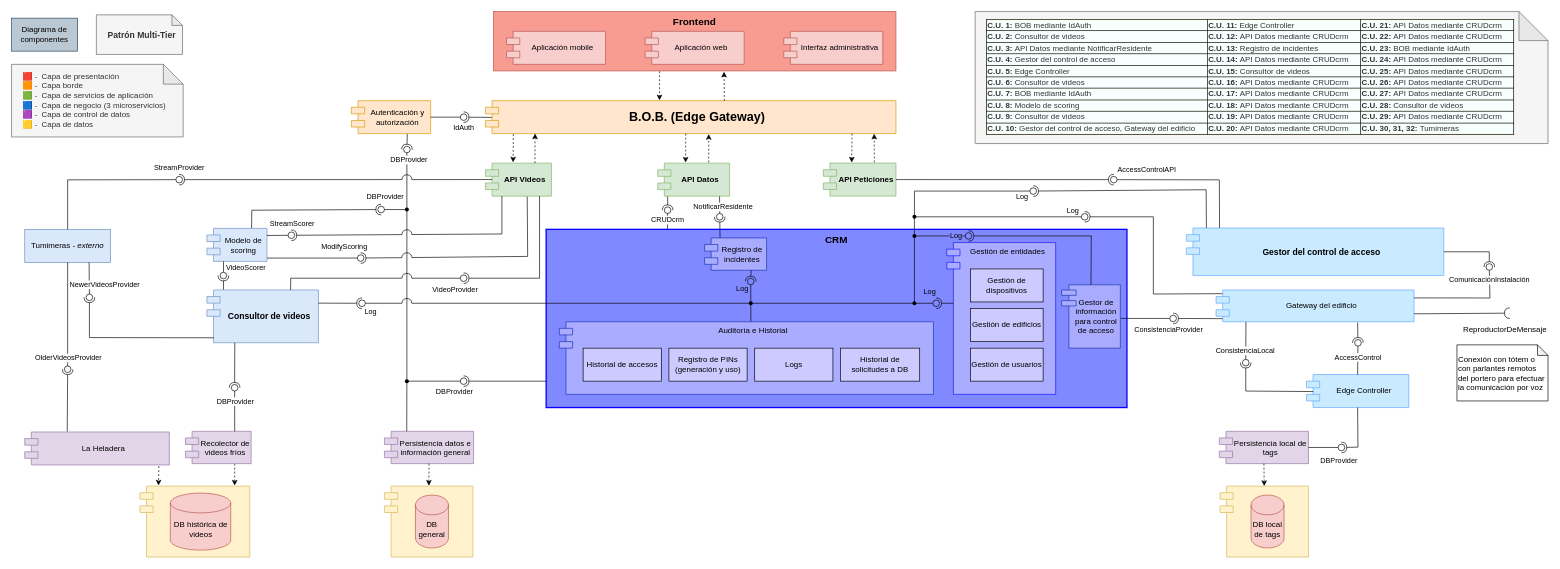
LIMoreno04/Caso-de-estudio---WolfSys---Arquitectura keeps this draw.io diagram as Documentación de la arquitectura/Diagramas/Editables-drawio/Diagrama-de-componentes.drawio. Above is the earlier version. Source tidied: cells renumbered, new cells numbered last; positions are measured from the earlier drawing's top-left corner, leaving out a move shared by most shapes. Both pictures are drawn from the tidied source at 66%, with x=0, y=0 at pixel (11, 11).
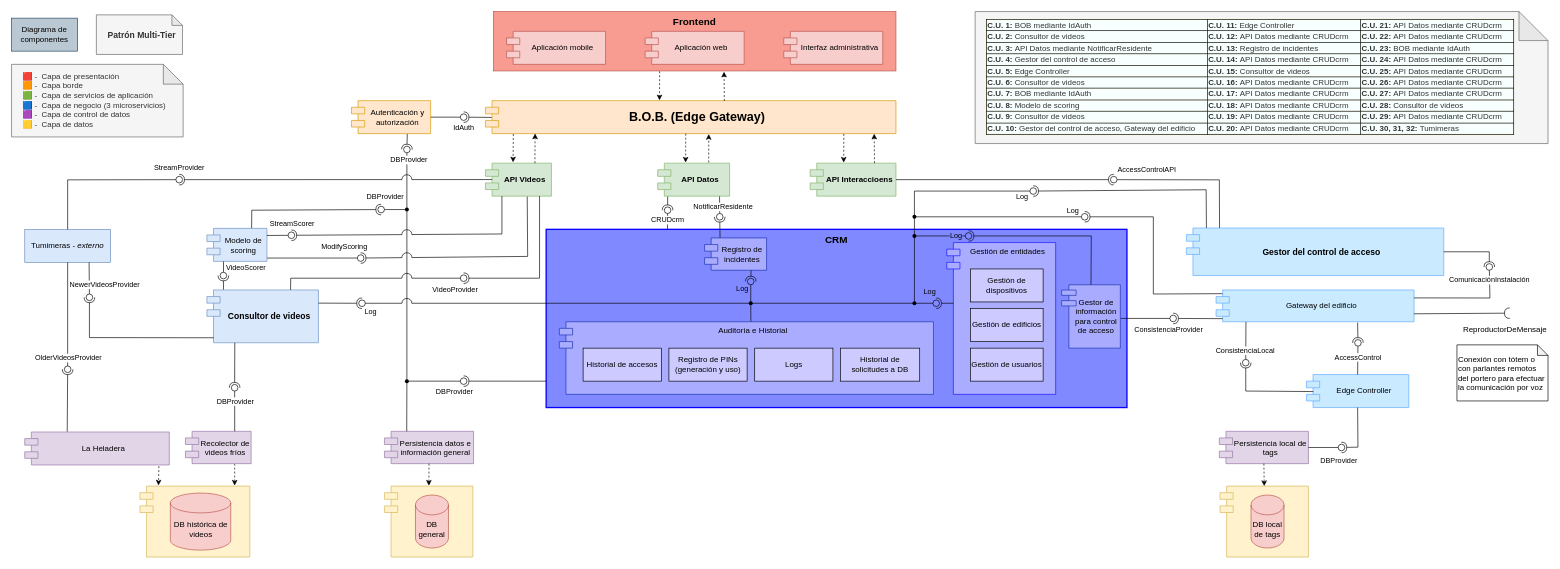
Above is the later version.

Unchanged cells that the change refers to:
```xml
<mxCell id="18" value="B.O.B. (Edge Gateway)" style="shape=module;align=center;spacingLeft=20;align=center;verticalAlign=middle;whiteSpace=wrap;html=1;fontSize=19;fontStyle=1;fillColor=#ffe6cc;strokeColor=#d79b00;" parent="1" vertex="1">
  <mxGeometry x="718" y="135" width="622" height="50" as="geometry" />
</mxCell>
```

Change to the diagram source:
```diff
@@
-    <mxCell id="25" value="API Peticiones" style="shape=module;align=left;spacingLeft=20;align=center;verticalAlign=middle;whiteSpace=wrap;html=1;fontStyle=1;fillColor=#d5e8d4;strokeColor=#82b366;" parent="1" vertex="1">
-      <mxGeometry x="1230" y="229.6" width="110" height="50" as="geometry" />
+    <mxCell id="25" value="API Interaccioens" style="shape=module;align=left;spacingLeft=20;align=center;verticalAlign=middle;whiteSpace=wrap;html=1;fontStyle=1;fillColor=#d5e8d4;strokeColor=#82b366;" parent="1" vertex="1">
+      <mxGeometry x="1210" y="229.7" width="130" height="50" as="geometry" />
     </mxCell>
-    <mxCell id="26" style="endArrow=classic;html=1;rounded=0;exitX=0.893;exitY=0.996;exitDx=0;exitDy=0;entryX=0.391;entryY=-0.016;entryDx=0;entryDy=0;entryPerimeter=0;dashed=1;exitPerimeter=0;" parent="1" edge="1" source="18" target="25">
+    <mxCell id="26" style="endArrow=classic;html=1;rounded=0;exitX=0.873;exitY=1.007;exitDx=0;exitDy=0;entryX=0.391;entryY=-0.016;entryDx=0;entryDy=0;entryPerimeter=0;dashed=1;exitPerimeter=0;" parent="1" edge="1" source="18" target="25">
       <mxGeometry relative="1" as="geometry" />
     </mxCell>
@@
-    <mxCell id="59" style="endArrow=classic;html=1;rounded=0;exitX=0.703;exitY=-0.02;exitDx=0;exitDy=0;entryX=0.947;entryY=1.002;entryDx=0;entryDy=0;entryPerimeter=0;dashed=1;exitPerimeter=0;" parent="1" edge="1" source="25" target="18">
+    <mxCell id="59" style="endArrow=classic;html=1;rounded=0;exitX=0.75;exitY=0;exitDx=0;exitDy=0;entryX=0.947;entryY=1.002;entryDx=0;entryDy=0;entryPerimeter=0;dashed=1;" parent="1" edge="1" source="25" target="18">
       <mxGeometry relative="1" as="geometry" />
     </mxCell>
```
